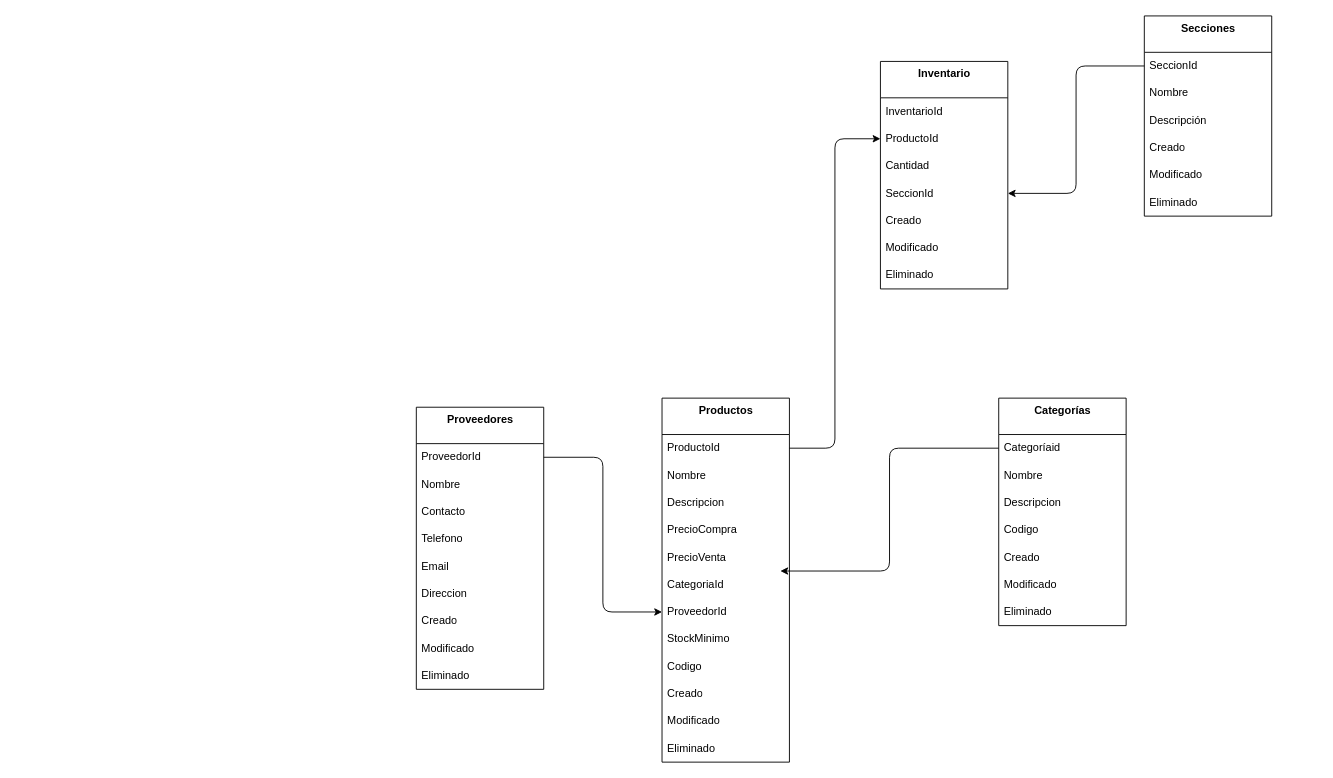
This is Doc/Bodega.drawio from Rosmel-Merlo/CajamarcaDigital, a draw.io file, before an edit. Source tidied: cells renumbered, new cells numbered last; positions are measured from the earlier drawing's top-left corner, leaving out a move shared by most shapes. Both pictures are drawn from the tidied source at 91%, with x=0, y=0 at pixel (416, 15).
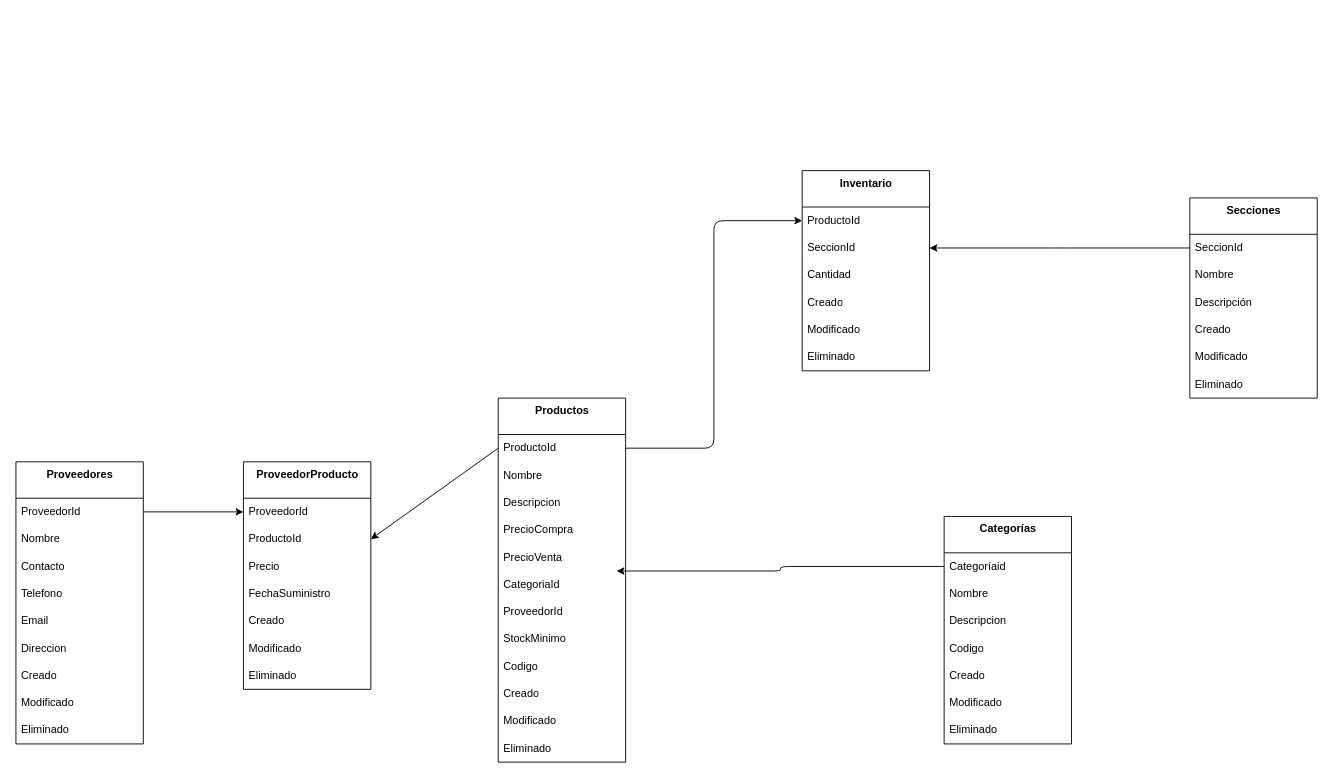
After the change.

Unchanged cells that the change refers to:
```xml
<mxCell id="3" value="ProductoId" style="text;html=1;strokeColor=none;fillColor=none;align=left;verticalAlign=middle;spacingLeft=4;spacingRight=4;overflow=hidden;points=[[0,0.5],[1,0.5]];portConstraint=eastwest;" parent="2" vertex="1">
  <mxGeometry y="40" width="140" height="30" as="geometry" />
</mxCell>
<mxCell id="9" value="ProveedorId" style="text;html=1;strokeColor=none;fillColor=none;align=left;verticalAlign=middle;spacingLeft=4;spacingRight=4;overflow=hidden;points=[[0,0.5],[1,0.5]];portConstraint=eastwest;" parent="2" vertex="1">
  <mxGeometry y="220" width="140" height="30" as="geometry" />
</mxCell>
<mxCell id="25" value="ProveedorId" style="text;html=1;strokeColor=none;fillColor=none;align=left;verticalAlign=middle;spacingLeft=4;spacingRight=4;overflow=hidden;points=[[0,0.5],[1,0.5]];portConstraint=eastwest;" parent="24" vertex="1">
  <mxGeometry y="40" width="140" height="30" as="geometry" />
</mxCell>
```

Diff of the diagram source:
```diff
@@
     <mxCell id="2" value="&lt;b&gt;Productos&lt;/b&gt;" style="swimlane;fontStyle=0;align=center;verticalAlign=top;horizontal=1;startSize=40;html=1;" parent="1" vertex="1">
-      <mxGeometry x="270" y="420" width="140" height="400" as="geometry" />
+      <mxGeometry x="90" y="420" width="140" height="400" as="geometry" />
     </mxCell>
@@
     <mxCell id="15" value="&lt;b&gt;Categorías&lt;/b&gt;" style="swimlane;fontStyle=0;align=center;verticalAlign=top;horizontal=1;startSize=40;html=1;" parent="1" vertex="1">
-      <mxGeometry x="640" y="420" width="140" height="250" as="geometry" />
+      <mxGeometry x="580" y="550" width="140" height="250" as="geometry" />
     </mxCell>
@@
     <mxCell id="24" value="&lt;b&gt;Proveedores&lt;/b&gt;" style="swimlane;fontStyle=0;align=center;verticalAlign=top;horizontal=1;startSize=40;html=1;" parent="1" vertex="1">
-      <mxGeometry y="430" width="140" height="310" as="geometry" />
+      <mxGeometry x="-440" y="490" width="140" height="310" as="geometry" />
     </mxCell>
@@
     <mxCell id="34" value="&lt;b&gt;Inventario&lt;/b&gt;" style="swimlane;fontStyle=0;align=center;verticalAlign=top;horizontal=1;startSize=40;html=1;" parent="1" vertex="1">
-      <mxGeometry x="510" y="50" width="140" height="250" as="geometry" />
+      <mxGeometry x="424" y="170" width="140" height="220" as="geometry" />
     </mxCell>
-    <mxCell id="35" value="InventarioId" style="text;html=1;strokeColor=none;fillColor=none;align=left;verticalAlign=middle;spacingLeft=4;spacingRight=4;overflow=hidden;" parent="34" vertex="1">
-      <mxGeometry y="40" width="140" height="30" as="geometry" />
-    </mxCell>
     <mxCell id="36" value="ProductoId" style="text;html=1;strokeColor=none;fillColor=none;align=left;verticalAlign=middle;spacingLeft=4;spacingRight=4;overflow=hidden;points=[[0,0.5],[1,0.5]];portConstraint=eastwest;" parent="34" vertex="1">
-      <mxGeometry y="70" width="140" height="30" as="geometry" />
+      <mxGeometry y="40" width="140" height="30" as="geometry" />
     </mxCell>
+    <mxCell id="38" value="SeccionId" style="text;html=1;strokeColor=none;fillColor=none;align=left;verticalAlign=middle;spacingLeft=4;spacingRight=4;overflow=hidden;points=[[0,0.5],[1,0.5]];portConstraint=eastwest;" parent="34" vertex="1">
+      <mxGeometry y="70" width="140" height="30" as="geometry" />
+    </mxCell>
@@
-    <mxCell id="38" value="SeccionId" style="text;html=1;strokeColor=none;fillColor=none;align=left;verticalAlign=middle;spacingLeft=4;spacingRight=4;overflow=hidden;points=[[0,0.5],[1,0.5]];portConstraint=eastwest;" parent="34" vertex="1">
-      <mxGeometry y="130" width="140" height="30" as="geometry" />
-    </mxCell>
     <mxCell id="39" value="Creado" style="text;html=1;strokeColor=none;fillColor=none;align=left;verticalAlign=middle;spacingLeft=4;spacingRight=4;overflow=hidden;" parent="34" vertex="1">
-      <mxGeometry y="160" width="140" height="30" as="geometry" />
+      <mxGeometry y="130" width="140" height="30" as="geometry" />
     </mxCell>
     <mxCell id="40" value="Modificado" style="text;html=1;strokeColor=none;fillColor=none;align=left;verticalAlign=middle;spacingLeft=4;spacingRight=4;overflow=hidden;" parent="34" vertex="1">
-      <mxGeometry y="190" width="140" height="30" as="geometry" />
+      <mxGeometry y="160" width="140" height="30" as="geometry" />
     </mxCell>
     <mxCell id="41" value="Eliminado" style="text;html=1;strokeColor=none;fillColor=none;align=left;verticalAlign=middle;spacingLeft=4;spacingRight=4;overflow=hidden;" parent="34" vertex="1">
-      <mxGeometry y="220" width="140" height="30" as="geometry" />
+      <mxGeometry y="190" width="140" height="30" as="geometry" />
     </mxCell>
-    <mxCell id="42" style="edgeStyle=elbowEdgeStyle;html=1;" parent="1" edge="1" source="25" target="9">
-      <mxGeometry relative="1" as="geometry" />
-    </mxCell>
     <mxCell id="43" value="&lt;b&gt;Secciones&lt;/b&gt;" style="swimlane;fontStyle=0;align=center;verticalAlign=top;horizontal=1;startSize=40;html=1;" parent="1" vertex="1">
-      <mxGeometry x="800" width="140" height="220" as="geometry" />
+      <mxGeometry x="850" y="200" width="140" height="220" as="geometry" />
     </mxCell>
@@
+    <mxCell id="52" value="&lt;b&gt;ProveedorProducto&lt;/b&gt;" style="swimlane;fontStyle=0;align=center;verticalAlign=top;horizontal=1;startSize=40;html=1;" parent="1" vertex="1">
+      <mxGeometry x="-190" y="490" width="140" height="250" as="geometry" />
+    </mxCell>
+    <mxCell id="53" value="ProveedorId" style="text;html=1;strokeColor=none;fillColor=none;align=left;verticalAlign=middle;spacingLeft=4;spacingRight=4;overflow=hidden;points=[[0,0.5],[1,0.5]];portConstraint=eastwest;" parent="52" vertex="1">
+      <mxGeometry y="40" width="140" height="30" as="geometry" />
+    </mxCell>
+    <mxCell id="54" value="ProductoId" style="text;html=1;strokeColor=none;fillColor=none;align=left;verticalAlign=middle;spacingLeft=4;spacingRight=4;overflow=hidden;points=[[0,0.5],[1,0.5]];portConstraint=eastwest;" parent="52" vertex="1">
+      <mxGeometry y="70" width="140" height="30" as="geometry" />
+    </mxCell>
+    <mxCell id="55" value="Precio " style="text;html=1;strokeColor=none;fillColor=none;align=left;verticalAlign=middle;spacingLeft=4;spacingRight=4;overflow=hidden;" parent="52" vertex="1">
+      <mxGeometry y="100" width="140" height="30" as="geometry" />
+    </mxCell>
+    <mxCell id="56" value="FechaSuministro  " style="text;html=1;strokeColor=none;fillColor=none;align=left;verticalAlign=middle;spacingLeft=4;spacingRight=4;overflow=hidden;" parent="52" vertex="1">
+      <mxGeometry y="130" width="140" height="30" as="geometry" />
+    </mxCell>
+    <mxCell id="57" value="Creado" style="text;html=1;strokeColor=none;fillColor=none;align=left;verticalAlign=middle;spacingLeft=4;spacingRight=4;overflow=hidden;" parent="52" vertex="1">
+      <mxGeometry y="160" width="140" height="30" as="geometry" />
+    </mxCell>
+    <mxCell id="58" value="Modificado" style="text;html=1;strokeColor=none;fillColor=none;align=left;verticalAlign=middle;spacingLeft=4;spacingRight=4;overflow=hidden;" parent="52" vertex="1">
+      <mxGeometry y="190" width="140" height="30" as="geometry" />
+    </mxCell>
+    <mxCell id="59" value="Eliminado" style="text;html=1;strokeColor=none;fillColor=none;align=left;verticalAlign=middle;spacingLeft=4;spacingRight=4;overflow=hidden;" parent="52" vertex="1">
+      <mxGeometry y="220" width="140" height="30" as="geometry" />
+    </mxCell>
+    <mxCell id="60" style="edgeStyle=none;html=1;entryX=1;entryY=0.5;entryDx=0;entryDy=0;exitX=0;exitY=0.5;exitDx=0;exitDy=0;" parent="1" edge="1" source="3" target="54">
+      <mxGeometry relative="1" as="geometry" />
+    </mxCell>
+    <mxCell id="61" style="edgeStyle=none;html=1;" parent="1" edge="1" source="25" target="53">
+      <mxGeometry relative="1" as="geometry" />
+    </mxCell>
```
